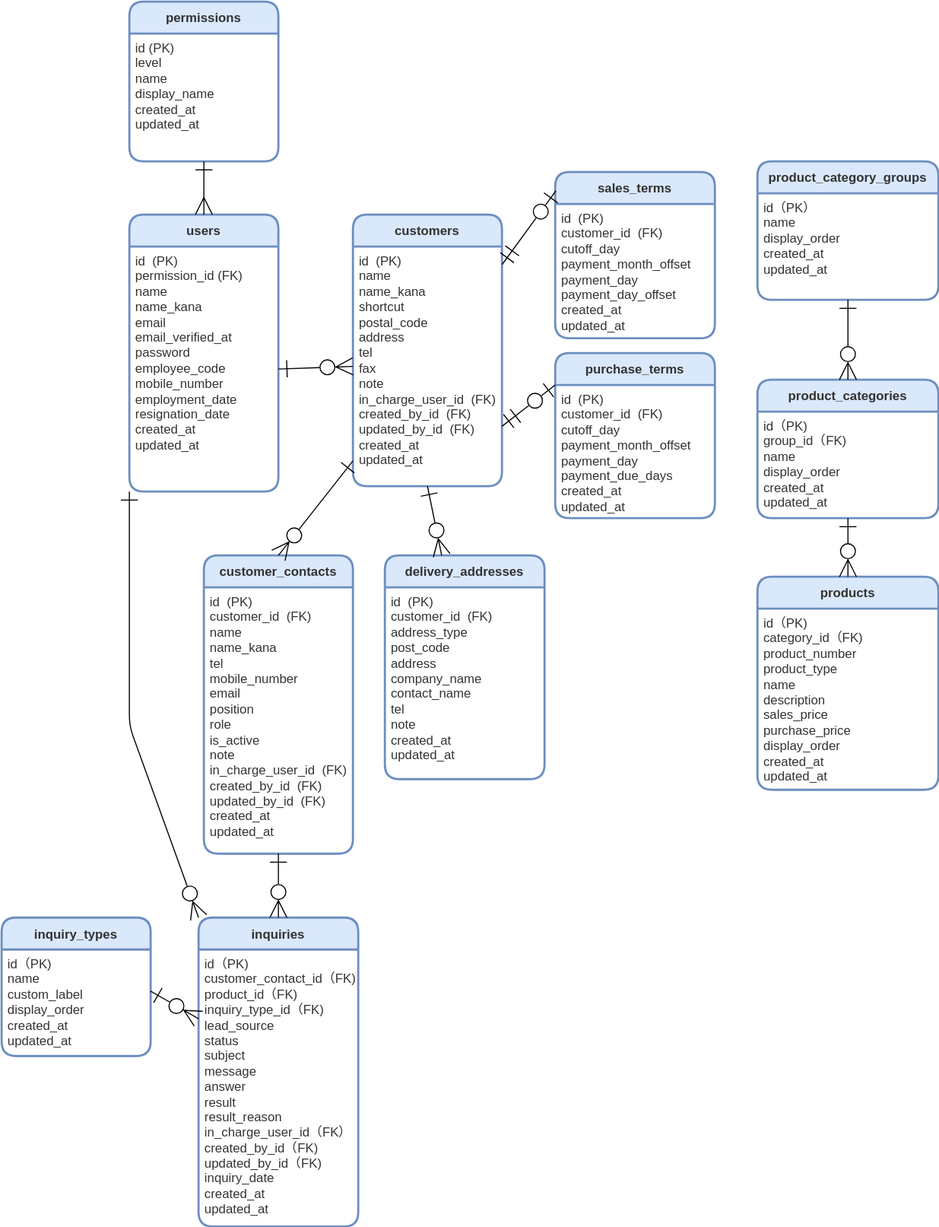
This is src/docs/ER.drawio.svg from ryo-tom/flagship, a draw.io export, as it was before one commit. Source tidied: cells renumbered, new cells last; positions are measured from the earlier drawing's top-left corner, leaving out a move shared by most shapes.
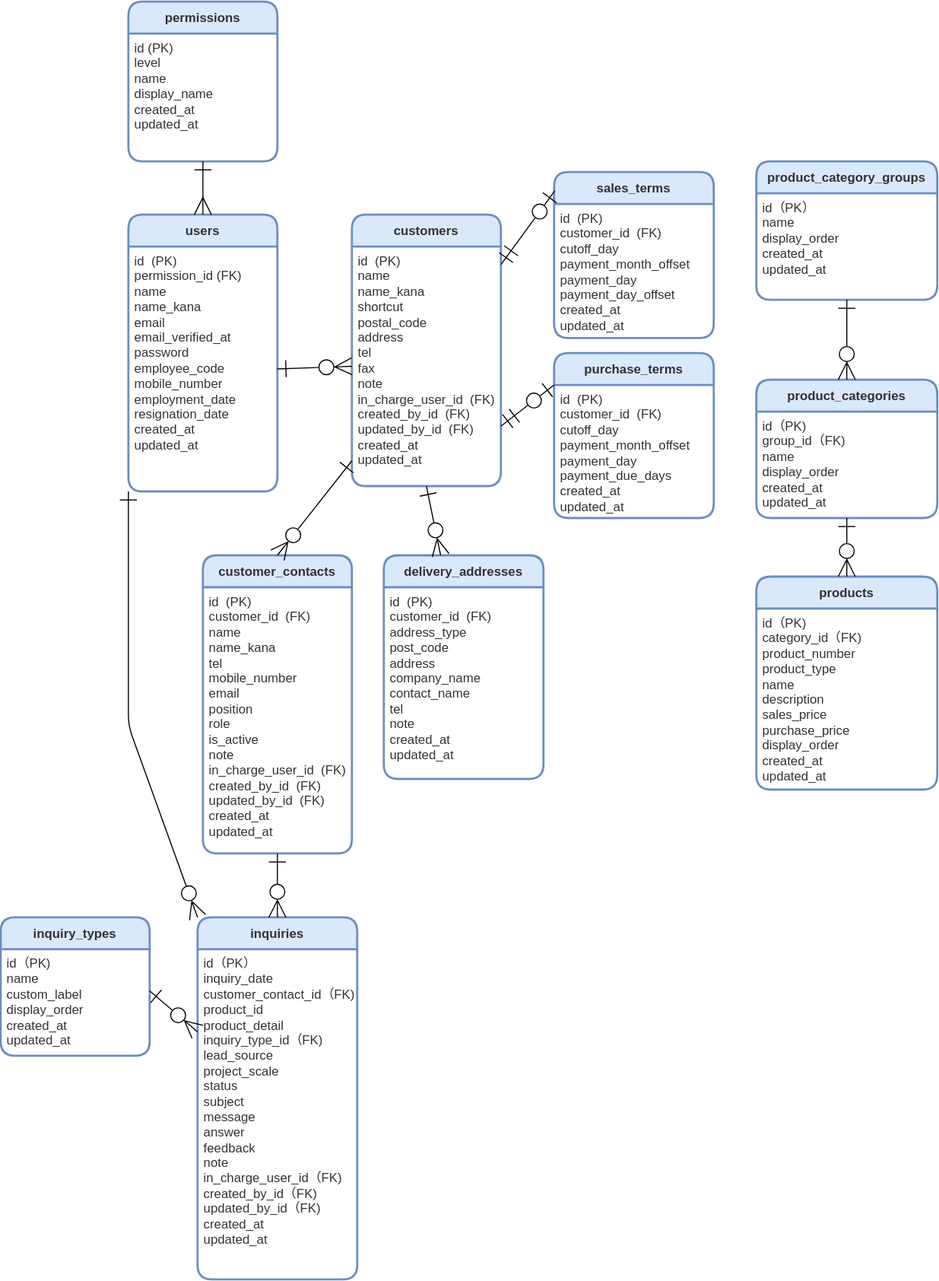
After the change.

The edit, as a diff of the source:
```diff
@@ -93,10 +93,10 @@
       <mxGeometry y="30" width="140" height="100" as="geometry" />
     </mxCell>
     <mxCell id="32" value="inquiries" style="swimlane;horizontal=1;startSize=30;rounded=1;fontSize=12;fontStyle=1;strokeWidth=2;shadow=0;dashed=0;align=center;fillColor=#dae8fc;strokeColor=#6c8ebf;fontColor=#333333;labelBackgroundColor=none;gradientColor=none;swimlaneFillColor=#FFFFFF;verticalAlign=middle;" parent="1" vertex="1">
-      <mxGeometry x="185" y="860" width="150" height="290" as="geometry" />
+      <mxGeometry x="185" y="860" width="150" height="340" as="geometry" />
     </mxCell>
-    <mxCell id="33" value="&lt;div&gt;id（PK)&lt;/div&gt;&lt;div&gt;customer_contact_id（FK)&lt;/div&gt;&lt;div&gt;product_id（FK)&lt;/div&gt;&lt;div&gt;inquiry_type_id（FK)&lt;/div&gt;&lt;div&gt;lead_source&lt;/div&gt;&lt;div&gt;status&lt;/div&gt;&lt;div&gt;subject&lt;br&gt;&lt;/div&gt;&lt;div&gt;message&lt;/div&gt;&lt;div&gt;answer&lt;/div&gt;&lt;div&gt;result&lt;/div&gt;&lt;div&gt;result_reason&lt;/div&gt;&lt;div&gt;in_charge_user_id（FK）&lt;/div&gt;&lt;div&gt;created_by_id（FK)&lt;/div&gt;&lt;div&gt;updated_by_id（FK)&lt;/div&gt;&lt;div&gt;inquiry_date&lt;/div&gt;&lt;div&gt;created_at&lt;/div&gt;&lt;div&gt;updated_at&lt;/div&gt;" style="align=left;strokeColor=none;fillColor=none;spacingLeft=4;fontSize=12;verticalAlign=top;fontColor=#333333;html=1;" parent="32" vertex="1">
-      <mxGeometry y="30" width="150" height="260" as="geometry" />
+    <mxCell id="33" value="&lt;div&gt;id（PK）&lt;/div&gt;&lt;div&gt;inquiry_date&lt;/div&gt;&lt;div&gt;customer_contact_id（FK)&lt;/div&gt;&lt;div&gt;product_id&lt;/div&gt;&lt;div&gt;product_detail&lt;/div&gt;&lt;div&gt;inquiry_type_id（FK)&lt;/div&gt;&lt;div&gt;lead_source&lt;/div&gt;&lt;div&gt;project_scale&lt;/div&gt;&lt;div&gt;status&lt;/div&gt;&lt;div&gt;subject&lt;/div&gt;&lt;div&gt;message&lt;/div&gt;&lt;div&gt;answer&lt;/div&gt;&lt;div&gt;feedback&lt;/div&gt;&lt;div&gt;note&lt;/div&gt;&lt;div&gt;in_charge_user_id（FK)&lt;/div&gt;&lt;div&gt;created_by_id（FK)&lt;/div&gt;&lt;div&gt;updated_by_id（FK)&lt;/div&gt;&lt;div&gt;&lt;span style=&quot;background-color: initial;&quot;&gt;created_at&lt;/span&gt;&lt;/div&gt;&lt;div&gt;updated_at&lt;/div&gt;" style="align=left;strokeColor=none;fillColor=none;spacingLeft=4;fontSize=12;verticalAlign=top;fontColor=#333333;html=1;" parent="32" vertex="1">
+      <mxGeometry y="30" width="150" height="310" as="geometry" />
     </mxCell>
     <mxCell id="34" style="edgeStyle=none;shape=connector;rounded=1;jumpStyle=none;jumpSize=6;html=1;entryX=0;entryY=0.25;entryDx=0;entryDy=0;shadow=0;labelBackgroundColor=default;strokeColor=default;fontFamily=Helvetica;fontSize=12;fontColor=default;startArrow=ERone;startFill=0;endArrow=ERzeroToMany;endFill=0;startSize=14;endSize=14;targetPerimeterSpacing=0;verticalAlign=top;exitX=0.999;exitY=0.39;exitDx=0;exitDy=0;exitPerimeter=0;" parent="1" edge="1" source="31" target="33">
       <mxGeometry relative="1" as="geometry" />
```
